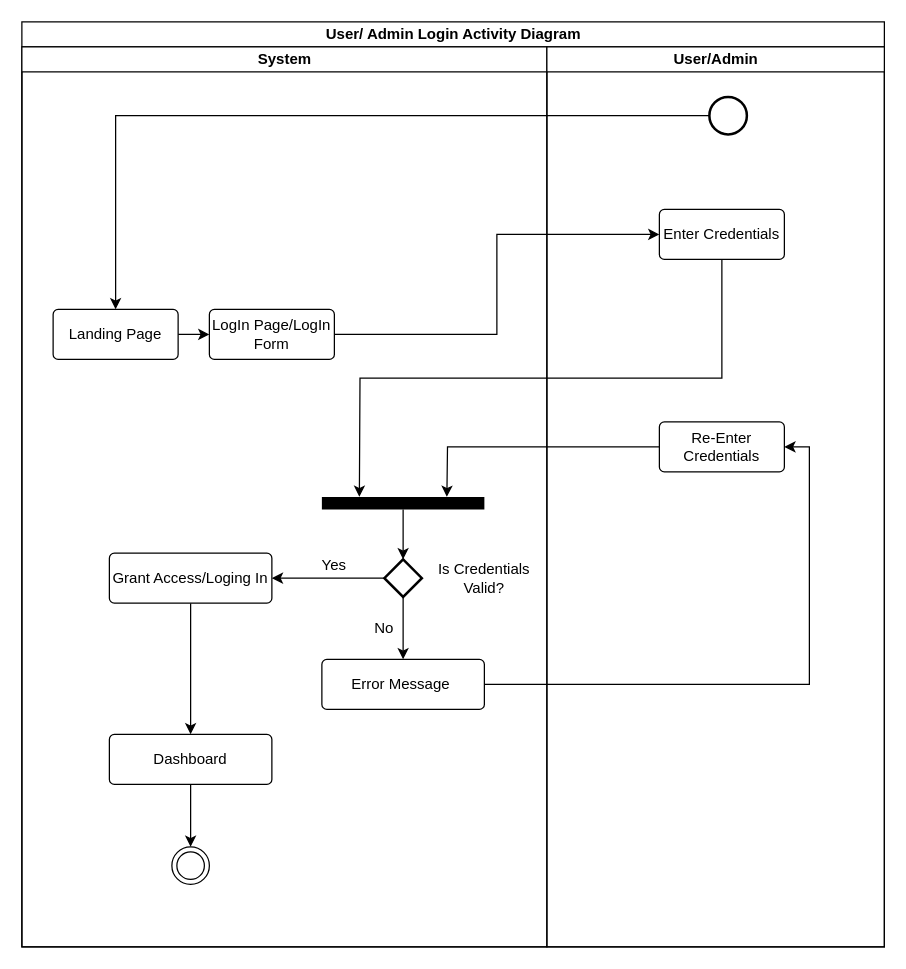
This is User/ Admin Login Activity Diagram.drawio from Useriandl/Tensura, a draw.io file, before an edit. Source tidied: cells renumbered, new cells numbered last; positions are measured from the earlier drawing's top-left corner, leaving out a move shared by most shapes. Both pictures are drawn from the tidied source at 125%, with x=0, y=0 at pixel (21, 21).
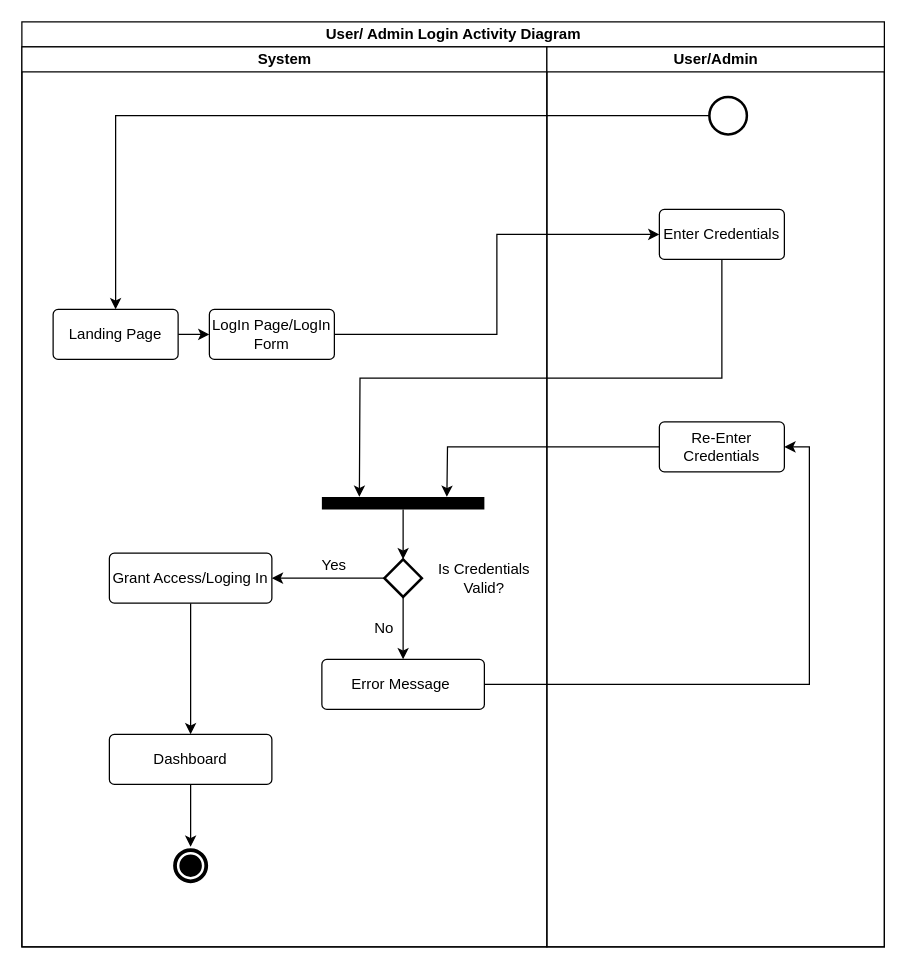
After the change.

The change refers to these unchanged cells:
```xml
<mxCell id="4" value="System" style="swimlane;startSize=20;html=1;" parent="2" vertex="1">
  <mxGeometry y="20" width="420" height="720" as="geometry" />
</mxCell>
```

Diff of the diagram source:
```diff
@@
-    <mxCell id="18" style="ellipse;shape=doubleEllipse;whiteSpace=wrap;html=1;" parent="4" vertex="1">
+    <mxCell id="18" style="ellipse;shape=doubleEllipse;whiteSpace=wrap;html=1;fillColor=#000000;strokeColor=#FFFFFF;strokeWidth=2;" parent="4" vertex="1">
       <mxGeometry x="120" y="640" width="30" height="30" as="geometry" />
     </mxCell>
```
